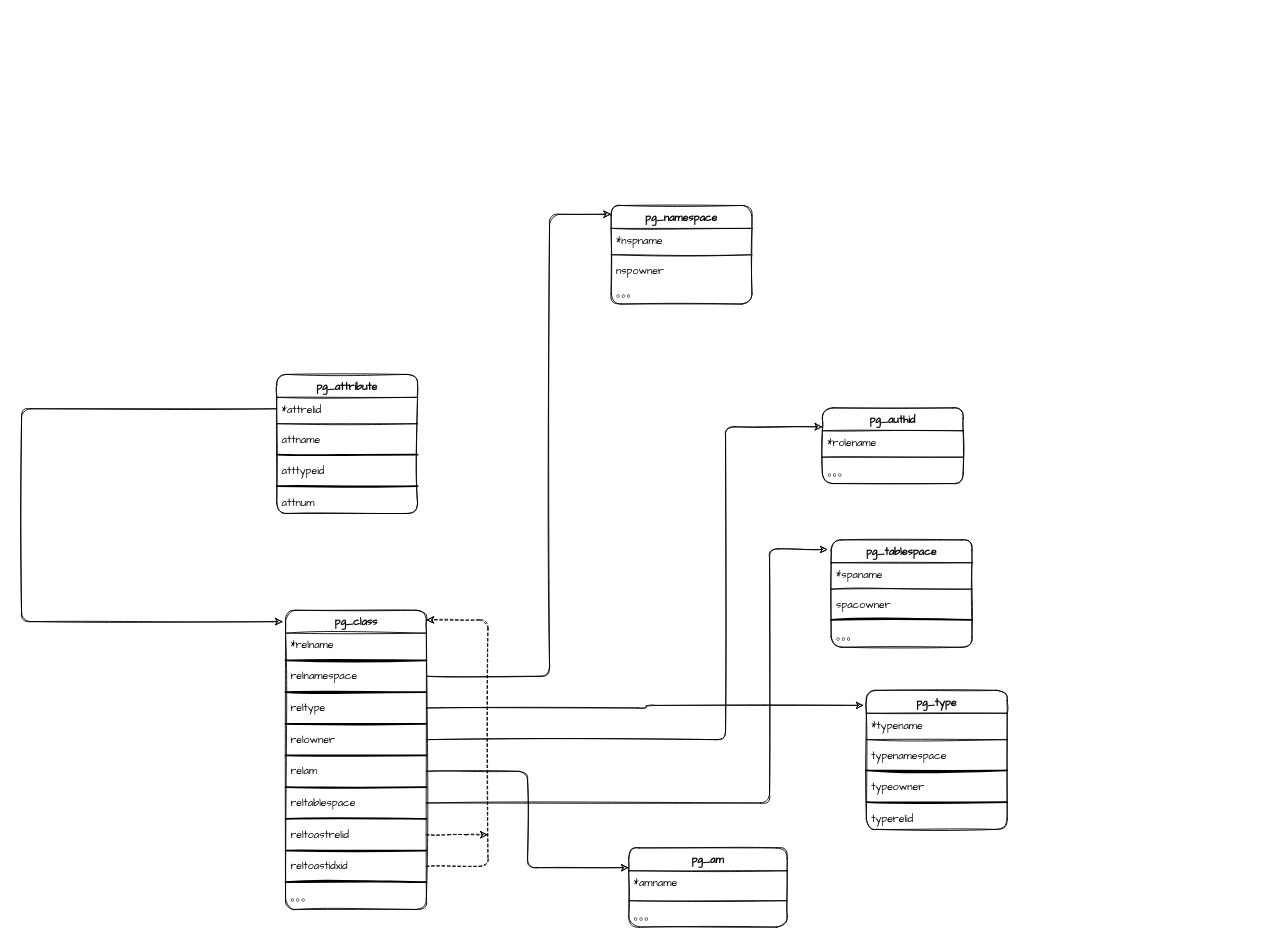
This is Untitled Diagram.drawio from nullemp/algorithm-visualizer, a draw.io file, before an edit. Source tidied: cells renumbered, new cells numbered last; positions are measured from the earlier drawing's top-left corner, leaving out a move shared by most shapes. Both pictures are drawn from the tidied source at 88%, with x=0, y=0 at pixel (21, 205).
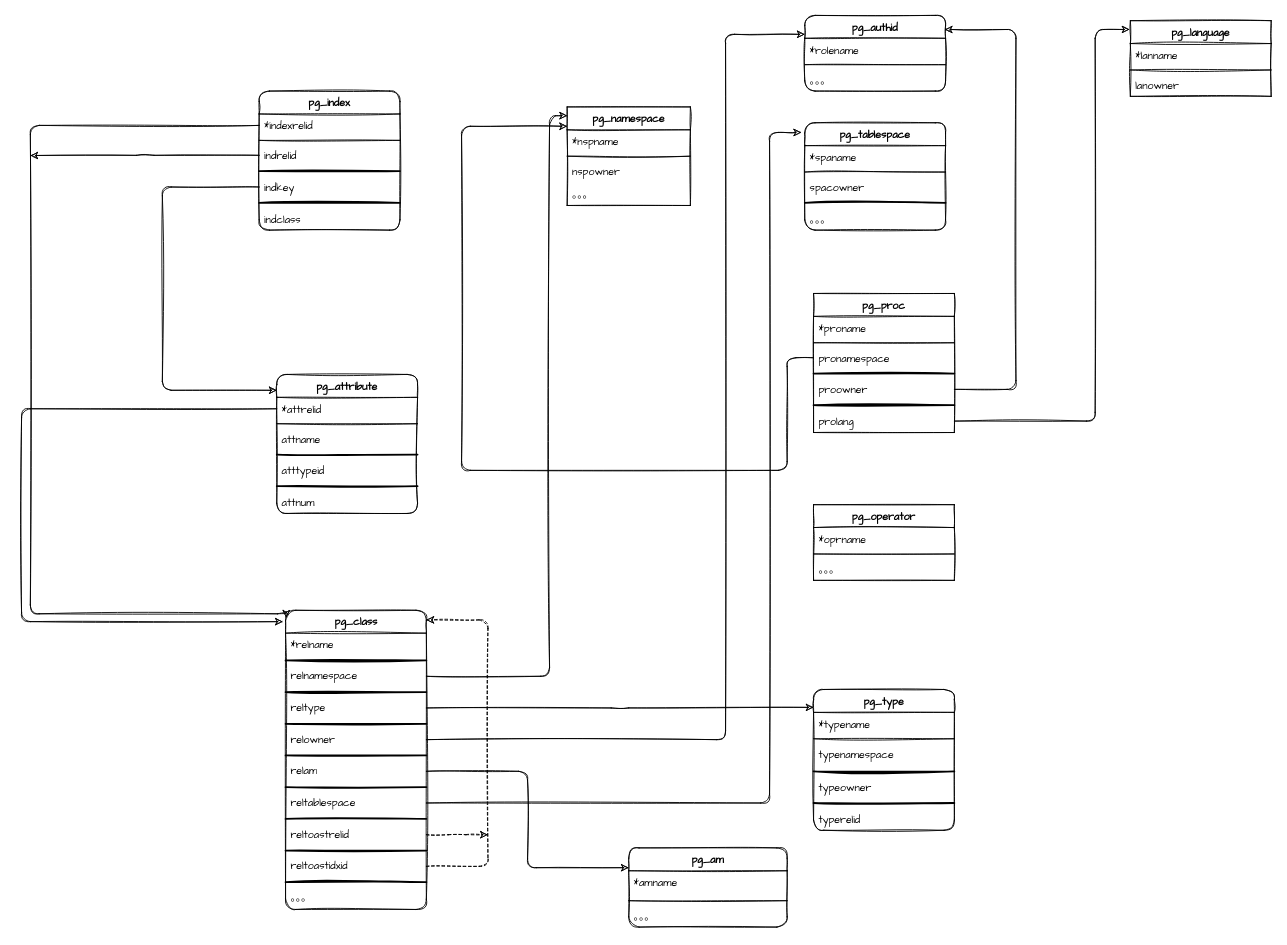
After the change.

Unchanged cells that the change refers to:
```xml
<mxCell id="2" value="pg_class&lt;br&gt;" style="swimlane;html=1;fontStyle=1;align=center;verticalAlign=top;horizontal=1;startSize=26;swimlaneFillColor=#ffffff;shadow=0;comic=0;labelBackgroundColor=none;strokeWidth=1;fillColor=none;fontFamily=Comic Sans MS;fontSize=12;sketch=1;rounded=1;" parent="1" vertex="1">
  <mxGeometry x="300" y="460" width="160" height="340" as="geometry" />
</mxCell>
<mxCell id="5" value="relnamespace" style="text;html=1;align=left;verticalAlign=top;spacingLeft=4;spacingRight=4;whiteSpace=wrap;overflow=hidden;points=[[0,0.5],[1,0.5]];portConstraint=eastwest;sketch=1;rounded=1;fontFamily=Comic Sans MS;" parent="2" vertex="1">
  <mxGeometry y="62" width="160" height="26" as="geometry" />
</mxCell>
<mxCell id="7" value="reltype" style="text;html=1;strokeColor=none;fillColor=none;align=left;verticalAlign=top;spacingLeft=4;spacingRight=4;whiteSpace=wrap;overflow=hidden;points=[[0,0.5],[1,0.5]];portConstraint=eastwest;sketch=1;rounded=1;fontFamily=Comic Sans MS;" parent="2" vertex="1">
  <mxGeometry y="98" width="160" height="26" as="geometry" />
</mxCell>
<mxCell id="9" value="relowner" style="text;html=1;strokeColor=none;fillColor=none;align=left;verticalAlign=top;spacingLeft=4;spacingRight=4;whiteSpace=wrap;overflow=hidden;points=[[0,0.5],[1,0.5]];portConstraint=eastwest;sketch=1;rounded=1;fontFamily=Comic Sans MS;" parent="2" vertex="1">
  <mxGeometry y="134" width="160" height="26" as="geometry" />
</mxCell>
<mxCell id="13" value="reltablespace" style="text;html=1;strokeColor=none;fillColor=none;align=left;verticalAlign=top;spacingLeft=4;spacingRight=4;whiteSpace=wrap;overflow=hidden;points=[[0,0.5],[1,0.5]];portConstraint=eastwest;sketch=1;rounded=1;fontFamily=Comic Sans MS;" parent="2" vertex="1">
  <mxGeometry y="206" width="160" height="26" as="geometry" />
</mxCell>
<mxCell id="54" value="pg_attribute" style="swimlane;fontStyle=1;align=center;verticalAlign=top;horizontal=1;startSize=26;rounded=1;sketch=1;fontFamily=Comic Sans MS;" parent="1" vertex="1">
  <mxGeometry x="290" y="192" width="160" height="158" as="geometry" />
</mxCell>
```

The edit, as a diff of the source:
```diff
@@
     <mxCell id="21" style="edgeStyle=orthogonalEdgeStyle;rounded=1;sketch=1;jettySize=auto;html=1;exitX=1;exitY=0.5;exitDx=0;exitDy=0;entryX=0;entryY=0.089;entryDx=0;entryDy=0;entryPerimeter=0;" parent="1" edge="1" source="5" target="22">
       <mxGeometry relative="1" as="geometry">
         <Array as="points">
           <mxPoint x="600" y="535" />
-          <mxPoint x="600" y="10" />
+          <mxPoint x="600" y="-102" />
         </Array>
       </mxGeometry>
     </mxCell>
-    <mxCell id="22" value="pg_namespace" style="swimlane;fontStyle=1;align=center;verticalAlign=top;horizontal=1;startSize=26;rounded=1;sketch=1;fontFamily=Comic Sans MS;" parent="1" vertex="1">
-      <mxGeometry x="670" width="160" height="112" as="geometry" />
+    <mxCell id="22" value="pg_namespace" style="swimlane;fontStyle=1;align=center;verticalAlign=top;horizontal=1;startSize=26;rounded=0;sketch=1;fontFamily=Comic Sans MS;shadow=0;glass=0;" parent="1" vertex="1">
+      <mxGeometry x="620" y="-112" width="140" height="112" as="geometry" />
     </mxCell>
     <mxCell id="23" value="*nspname" style="text;strokeColor=none;fillColor=none;align=left;verticalAlign=top;spacingLeft=4;spacingRight=4;overflow=hidden;rounded=1;sketch=1;fontFamily=Comic Sans MS;" parent="22" vertex="1">
-      <mxGeometry y="26" width="160" height="26" as="geometry" />
+      <mxGeometry y="26" width="140" height="26" as="geometry" />
     </mxCell>
     <mxCell id="24" style="line;strokeWidth=1;fillColor=none;align=left;verticalAlign=middle;spacingTop=-1;spacingLeft=3;spacingRight=3;labelPosition=right;rounded=1;sketch=1;fontFamily=Comic Sans MS;" parent="22" vertex="1">
-      <mxGeometry y="52" width="160" height="8" as="geometry" />
+      <mxGeometry y="52" width="140" height="8" as="geometry" />
     </mxCell>
     <mxCell id="25" value="nspowner&#10;" style="text;strokeColor=none;fillColor=none;align=left;verticalAlign=top;spacingLeft=4;spacingRight=4;overflow=hidden;rounded=1;sketch=1;fontFamily=Comic Sans MS;" parent="22" vertex="1">
-      <mxGeometry y="60" width="160" height="26" as="geometry" />
+      <mxGeometry y="60" width="140" height="26" as="geometry" />
     </mxCell>
     <mxCell id="26" value="。。。" style="text;strokeColor=none;fillColor=none;align=left;verticalAlign=top;spacingLeft=4;spacingRight=4;overflow=hidden;rounded=1;sketch=1;fontFamily=Comic Sans MS;" parent="22" vertex="1">
-      <mxGeometry y="86" width="160" height="26" as="geometry" />
+      <mxGeometry y="86" width="140" height="26" as="geometry" />
     </mxCell>
     <mxCell id="27" value="pg_type" style="swimlane;fontStyle=1;align=center;verticalAlign=top;horizontal=1;startSize=26;rounded=1;sketch=1;fontFamily=Comic Sans MS;" parent="1" vertex="1">
-      <mxGeometry x="960" y="551" width="160" height="158" as="geometry" />
+      <mxGeometry x="900" y="550" width="160" height="160" as="geometry" />
     </mxCell>
@@
     <mxCell id="30" value="typenamespace" style="text;strokeColor=none;fillColor=none;align=left;verticalAlign=top;spacingLeft=4;spacingRight=4;overflow=hidden;rounded=1;sketch=1;fontFamily=Comic Sans MS;" parent="27" vertex="1">
-      <mxGeometry y="60" width="160" height="26" as="geometry" />
+      <mxGeometry y="60" width="160" height="28" as="geometry" />
     </mxCell>
     <mxCell id="31" style="line;strokeWidth=2;html=1;rounded=1;sketch=1;fontFamily=Comic Sans MS;" parent="27" vertex="1">
-      <mxGeometry y="86" width="160" height="10" as="geometry" />
+      <mxGeometry y="88" width="160" height="10" as="geometry" />
     </mxCell>
     <mxCell id="32" value="typeowner" style="text;strokeColor=none;fillColor=none;align=left;verticalAlign=top;spacingLeft=4;spacingRight=4;overflow=hidden;rounded=1;sketch=1;fontFamily=Comic Sans MS;" parent="27" vertex="1">
-      <mxGeometry y="96" width="160" height="26" as="geometry" />
+      <mxGeometry y="98" width="160" height="26" as="geometry" />
     </mxCell>
     <mxCell id="33" style="line;strokeWidth=2;html=1;rounded=1;sketch=1;fontFamily=Comic Sans MS;" parent="27" vertex="1">
-      <mxGeometry y="122" width="160" height="10" as="geometry" />
+      <mxGeometry y="124" width="160" height="10" as="geometry" />
     </mxCell>
     <mxCell id="34" value="typerelid" style="text;strokeColor=none;fillColor=none;align=left;verticalAlign=top;spacingLeft=4;spacingRight=4;overflow=hidden;rounded=1;sketch=1;fontFamily=Comic Sans MS;" parent="27" vertex="1">
-      <mxGeometry y="132" width="160" height="26" as="geometry" />
+      <mxGeometry y="134" width="160" height="26" as="geometry" />
     </mxCell>
     <mxCell id="35" value="pg_authid" style="swimlane;fontStyle=1;align=center;verticalAlign=top;horizontal=1;startSize=26;rounded=1;sketch=1;fontFamily=Comic Sans MS;" parent="1" vertex="1">
-      <mxGeometry x="910" y="230" width="160" height="86" as="geometry" />
+      <mxGeometry x="890" y="-216" width="160" height="86" as="geometry" />
     </mxCell>
@@
     <mxCell id="39" style="edgeStyle=segmentEdgeStyle;endArrow=classic;html=1;rounded=1;sketch=1;exitX=1;exitY=0.5;exitDx=0;exitDy=0;entryX=0;entryY=0.25;entryDx=0;entryDy=0;" parent="1" edge="1" source="9" target="35">
       <mxGeometry relative="1" as="geometry">
         <Array as="points">
           <mxPoint x="800" y="607" />
-          <mxPoint x="800" y="252" />
+          <mxPoint x="800" y="-194" />
         </Array>
       </mxGeometry>
     </mxCell>
@@
     <mxCell id="46" value="pg_tablespace" style="swimlane;fontStyle=1;align=center;verticalAlign=top;horizontal=1;startSize=26;rounded=1;sketch=1;fontFamily=Comic Sans MS;" parent="1" vertex="1">
-      <mxGeometry x="920" y="380" width="160" height="122" as="geometry" />
+      <mxGeometry x="890" y="-94" width="160" height="122" as="geometry" />
     </mxCell>
@@
     <mxCell id="52" style="edgeStyle=segmentEdgeStyle;endArrow=classic;html=1;rounded=1;sketch=1;fontFamily=Comic Sans MS;exitX=1;exitY=0.5;exitDx=0;exitDy=0;entryX=-0.025;entryY=0.09;entryDx=0;entryDy=0;entryPerimeter=0;" parent="1" edge="1" source="13" target="46">
       <mxGeometry relative="1" as="geometry">
         <Array as="points">
           <mxPoint x="850" y="679" />
-          <mxPoint x="850" y="390" />
+          <mxPoint x="850" y="-83" />
         </Array>
       </mxGeometry>
     </mxCell>
-    <mxCell id="53" style="edgeStyle=orthogonalEdgeStyle;rounded=1;sketch=1;jettySize=auto;html=1;exitX=1;exitY=0.5;exitDx=0;exitDy=0;entryX=-0.019;entryY=0.108;entryDx=0;entryDy=0;entryPerimeter=0;fontFamily=Comic Sans MS;" parent="1" edge="1" source="7" target="27">
-      <mxGeometry relative="1" as="geometry" />
-    </mxCell>
@@
+    <mxCell id="63" value="pg_index" style="swimlane;fontStyle=1;align=center;verticalAlign=top;horizontal=1;startSize=26;rounded=1;sketch=1;fontFamily=Comic Sans MS;fontSize=12;" parent="1" vertex="1">
+      <mxGeometry x="270" y="-130" width="160" height="158" as="geometry" />
+    </mxCell>
+    <mxCell id="64" value="*indexrelid" style="text;strokeColor=none;fillColor=none;align=left;verticalAlign=top;spacingLeft=4;spacingRight=4;overflow=hidden;points=[[0,0.5],[1,0.5]];portConstraint=eastwest;rounded=1;sketch=1;fontFamily=Comic Sans MS;" parent="63" vertex="1">
+      <mxGeometry y="26" width="160" height="26" as="geometry" />
+    </mxCell>
+    <mxCell id="65" style="line;strokeWidth=1;fillColor=none;align=left;verticalAlign=middle;spacingTop=-1;spacingLeft=3;spacingRight=3;labelPosition=right;rounded=1;sketch=1;fontFamily=Comic Sans MS;" parent="63" vertex="1">
+      <mxGeometry y="52" width="160" height="8" as="geometry" />
+    </mxCell>
+    <mxCell id="66" value="indrelid" style="text;strokeColor=none;fillColor=none;align=left;verticalAlign=top;spacingLeft=4;spacingRight=4;overflow=hidden;points=[[0,0.5],[1,0.5]];portConstraint=eastwest;rounded=1;sketch=1;fontFamily=Comic Sans MS;" parent="63" vertex="1">
+      <mxGeometry y="60" width="160" height="26" as="geometry" />
+    </mxCell>
+    <mxCell id="67" style="line;strokeWidth=2;html=1;rounded=1;sketch=1;fontFamily=Comic Sans MS;" parent="63" vertex="1">
+      <mxGeometry y="86" width="160" height="10" as="geometry" />
+    </mxCell>
+    <mxCell id="68" value="indkey" style="text;strokeColor=none;fillColor=none;align=left;verticalAlign=top;spacingLeft=4;spacingRight=4;overflow=hidden;points=[[0,0.5],[1,0.5]];portConstraint=eastwest;rounded=1;sketch=1;fontFamily=Comic Sans MS;" parent="63" vertex="1">
+      <mxGeometry y="96" width="160" height="26" as="geometry" />
+    </mxCell>
+    <mxCell id="69" style="line;strokeWidth=2;html=1;rounded=1;sketch=1;fontFamily=Comic Sans MS;" parent="63" vertex="1">
+      <mxGeometry y="122" width="160" height="10" as="geometry" />
+    </mxCell>
+    <mxCell id="70" value="indclass" style="text;strokeColor=none;fillColor=none;align=left;verticalAlign=top;spacingLeft=4;spacingRight=4;overflow=hidden;rounded=1;sketch=1;fontFamily=Comic Sans MS;" parent="63" vertex="1">
+      <mxGeometry y="132" width="160" height="26" as="geometry" />
+    </mxCell>
+    <mxCell id="71" style="edgeStyle=orthogonalEdgeStyle;rounded=1;sketch=1;jettySize=auto;html=1;exitX=0;exitY=0.5;exitDx=0;exitDy=0;fontFamily=Comic Sans MS;fontSize=12;entryX=0.005;entryY=0.025;entryDx=0;entryDy=0;entryPerimeter=0;" parent="1" edge="1" source="64" target="2">
+      <mxGeometry relative="1" as="geometry">
+        <Array as="points">
+          <mxPoint x="10" y="-91" />
+          <mxPoint x="10" y="464" />
+          <mxPoint x="301" y="464" />
+        </Array>
+      </mxGeometry>
+    </mxCell>
+    <mxCell id="72" style="edgeStyle=orthogonalEdgeStyle;rounded=1;sketch=1;jettySize=auto;html=1;exitX=0;exitY=0.5;exitDx=0;exitDy=0;fontFamily=Comic Sans MS;fontSize=12;" parent="1" edge="1" source="66">
+      <mxGeometry relative="1" as="geometry">
+        <mxPoint x="10" y="-56.8" as="targetPoint" />
+      </mxGeometry>
+    </mxCell>
+    <mxCell id="73" style="edgeStyle=orthogonalEdgeStyle;rounded=1;sketch=1;jettySize=auto;html=1;exitX=0;exitY=0.5;exitDx=0;exitDy=0;fontFamily=Comic Sans MS;fontSize=12;entryX=0;entryY=0.114;entryDx=0;entryDy=0;entryPerimeter=0;" parent="1" edge="1" source="68" target="54">
+      <mxGeometry relative="1" as="geometry">
+        <Array as="points">
+          <mxPoint x="160" y="-21" />
+          <mxPoint x="160" y="210" />
+        </Array>
+      </mxGeometry>
+    </mxCell>
+    <mxCell id="53" style="edgeStyle=orthogonalEdgeStyle;rounded=1;sketch=1;jettySize=auto;html=1;exitX=1;exitY=0.5;exitDx=0;exitDy=0;entryX=0;entryY=0.127;entryDx=0;entryDy=0;entryPerimeter=0;fontFamily=Comic Sans MS;fontSize=12;" parent="1" edge="1" source="7" target="27">
+      <mxGeometry relative="1" as="geometry" />
+    </mxCell>
+    <mxCell id="74" value="pg_proc" style="swimlane;fontStyle=1;align=center;verticalAlign=top;horizontal=1;startSize=26;rounded=0;shadow=0;glass=0;sketch=1;fontFamily=Comic Sans MS;fontSize=12;" parent="1" vertex="1">
+      <mxGeometry x="900" y="100" width="160" height="158" as="geometry" />
+    </mxCell>
+    <mxCell id="75" value="*proname" style="text;strokeColor=none;fillColor=none;align=left;verticalAlign=top;spacingLeft=4;spacingRight=4;overflow=hidden;rounded=0;shadow=0;glass=0;sketch=1;fontFamily=Comic Sans MS;fontSize=12;" parent="74" vertex="1">
+      <mxGeometry y="26" width="160" height="26" as="geometry" />
+    </mxCell>
+    <mxCell id="76" style="line;strokeWidth=1;fillColor=none;align=left;verticalAlign=middle;spacingTop=-1;spacingLeft=3;spacingRight=3;labelPosition=right;rounded=0;shadow=0;glass=0;sketch=1;fontFamily=Comic Sans MS;fontSize=12;" parent="74" vertex="1">
+      <mxGeometry y="52" width="160" height="8" as="geometry" />
+    </mxCell>
+    <mxCell id="77" value="pronamespace" style="text;strokeColor=none;fillColor=none;align=left;verticalAlign=top;spacingLeft=4;spacingRight=4;overflow=hidden;points=[[0,0.5],[1,0.5]];portConstraint=eastwest;rounded=0;shadow=0;glass=0;sketch=1;fontFamily=Comic Sans MS;fontSize=12;" parent="74" vertex="1">
+      <mxGeometry y="60" width="160" height="26" as="geometry" />
+    </mxCell>
+    <mxCell id="78" style="line;strokeWidth=2;html=1;rounded=0;shadow=0;glass=0;sketch=1;fontFamily=Comic Sans MS;fontSize=12;" parent="74" vertex="1">
+      <mxGeometry y="86" width="160" height="10" as="geometry" />
+    </mxCell>
+    <mxCell id="79" value="proowner" style="text;strokeColor=none;fillColor=none;align=left;verticalAlign=top;spacingLeft=4;spacingRight=4;overflow=hidden;points=[[0,0.5],[1,0.5]];portConstraint=eastwest;rounded=0;shadow=0;glass=0;sketch=1;fontFamily=Comic Sans MS;fontSize=12;" parent="74" vertex="1">
+      <mxGeometry y="96" width="160" height="26" as="geometry" />
+    </mxCell>
+    <mxCell id="80" style="line;strokeWidth=2;html=1;rounded=0;shadow=0;glass=0;sketch=1;fontFamily=Comic Sans MS;fontSize=12;" parent="74" vertex="1">
+      <mxGeometry y="122" width="160" height="10" as="geometry" />
+    </mxCell>
+    <mxCell id="81" value="prolang&#10;" style="text;strokeColor=none;fillColor=none;align=left;verticalAlign=top;spacingLeft=4;spacingRight=4;overflow=hidden;points=[[0,0.5],[1,0.5]];portConstraint=eastwest;rounded=0;shadow=0;glass=0;sketch=1;fontFamily=Comic Sans MS;fontSize=12;" parent="74" vertex="1">
+      <mxGeometry y="132" width="160" height="26" as="geometry" />
+    </mxCell>
+    <mxCell id="82" style="edgeStyle=segmentEdgeStyle;endArrow=classic;html=1;rounded=1;sketch=1;fontFamily=Comic Sans MS;fontSize=12;exitX=0;exitY=0.5;exitDx=0;exitDy=0;" parent="1" edge="1" source="77" target="22">
+      <mxGeometry relative="1" as="geometry">
+        <Array as="points">
+          <mxPoint x="870" y="173" />
+          <mxPoint x="870" y="301" />
+          <mxPoint x="500" y="301" />
+          <mxPoint x="500" y="-90" />
+        </Array>
+      </mxGeometry>
+    </mxCell>
+    <mxCell id="83" value="pg_operator" style="swimlane;fontStyle=1;align=center;verticalAlign=top;horizontal=1;startSize=26;rounded=0;shadow=0;glass=0;sketch=1;fontFamily=Comic Sans MS;fontSize=12;" parent="1" vertex="1">
+      <mxGeometry x="900" y="340" width="160" height="86" as="geometry" />
+    </mxCell>
+    <mxCell id="84" value="*oprname" style="text;strokeColor=none;fillColor=none;align=left;verticalAlign=top;spacingLeft=4;spacingRight=4;overflow=hidden;rounded=0;shadow=0;glass=0;sketch=1;fontFamily=Comic Sans MS;fontSize=12;" parent="83" vertex="1">
+      <mxGeometry y="26" width="160" height="26" as="geometry" />
+    </mxCell>
+    <mxCell id="85" style="line;strokeWidth=1;fillColor=none;align=left;verticalAlign=middle;spacingTop=-1;spacingLeft=3;spacingRight=3;labelPosition=right;rounded=0;shadow=0;glass=0;sketch=1;fontFamily=Comic Sans MS;fontSize=12;" parent="83" vertex="1">
+      <mxGeometry y="52" width="160" height="8" as="geometry" />
+    </mxCell>
+    <mxCell id="86" value="。。。&#10;" style="text;strokeColor=none;fillColor=none;align=left;verticalAlign=top;spacingLeft=4;spacingRight=4;overflow=hidden;rounded=0;shadow=0;glass=0;sketch=1;fontFamily=Comic Sans MS;fontSize=12;" parent="83" vertex="1">
+      <mxGeometry y="60" width="160" height="26" as="geometry" />
+    </mxCell>
+    <mxCell id="87" value="pg_language" style="swimlane;fontStyle=1;align=center;verticalAlign=top;horizontal=1;startSize=26;rounded=0;shadow=0;glass=0;sketch=1;fontFamily=Comic Sans MS;fontSize=12;" parent="1" vertex="1">
+      <mxGeometry x="1260" y="-210" width="160" height="86" as="geometry" />
+    </mxCell>
+    <mxCell id="88" value="*lanname" style="text;strokeColor=none;fillColor=none;align=left;verticalAlign=top;spacingLeft=4;spacingRight=4;overflow=hidden;rounded=0;shadow=0;glass=0;sketch=1;fontFamily=Comic Sans MS;fontSize=12;" parent="87" vertex="1">
+      <mxGeometry y="26" width="160" height="26" as="geometry" />
+    </mxCell>
+    <mxCell id="89" style="line;strokeWidth=1;fillColor=none;align=left;verticalAlign=middle;spacingTop=-1;spacingLeft=3;spacingRight=3;labelPosition=right;rounded=0;shadow=0;glass=0;sketch=1;fontFamily=Comic Sans MS;fontSize=12;" parent="87" vertex="1">
+      <mxGeometry y="52" width="160" height="8" as="geometry" />
+    </mxCell>
+    <mxCell id="90" value="lanowner" style="text;strokeColor=none;fillColor=none;align=left;verticalAlign=top;spacingLeft=4;spacingRight=4;overflow=hidden;rounded=0;shadow=0;glass=0;sketch=1;fontFamily=Comic Sans MS;fontSize=12;" parent="87" vertex="1">
+      <mxGeometry y="60" width="160" height="26" as="geometry" />
+    </mxCell>
+    <mxCell id="91" style="edgeStyle=segmentEdgeStyle;endArrow=classic;html=1;rounded=1;sketch=1;fontFamily=Comic Sans MS;fontSize=12;exitX=1;exitY=0.5;exitDx=0;exitDy=0;entryX=-0.006;entryY=0.116;entryDx=0;entryDy=0;entryPerimeter=0;" parent="1" edge="1" source="81" target="87">
+      <mxGeometry relative="1" as="geometry">
+        <Array as="points">
+          <mxPoint x="1220" y="245" />
+          <mxPoint x="1220" y="-200" />
+        </Array>
+      </mxGeometry>
+    </mxCell>
+    <mxCell id="92" style="edgeStyle=segmentEdgeStyle;endArrow=classic;html=1;rounded=1;sketch=1;fontFamily=Comic Sans MS;fontSize=12;exitX=1;exitY=0.5;exitDx=0;exitDy=0;entryX=0.994;entryY=0.186;entryDx=0;entryDy=0;entryPerimeter=0;" parent="1" edge="1" source="79" target="35">
+      <mxGeometry relative="1" as="geometry">
+        <Array as="points">
+          <mxPoint x="1130" y="209" />
+          <mxPoint x="1130" y="-200" />
+        </Array>
+      </mxGeometry>
+    </mxCell>
```
